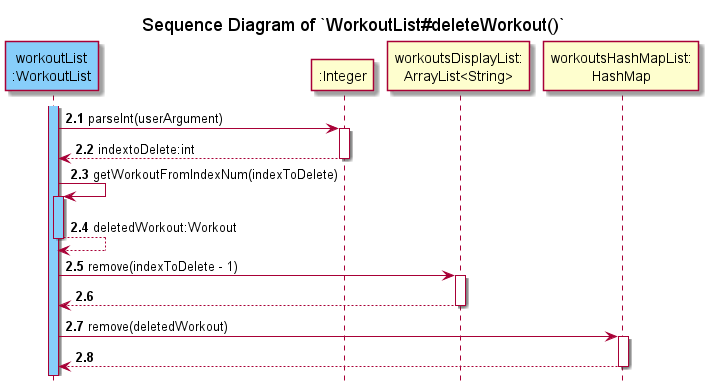
The PlantUML diagram docs/uml/sequenceDiagrams/workouts/images/deleteWorkout-Part2.png in nus-cs2113-AY2122S2/tp, before a commit.
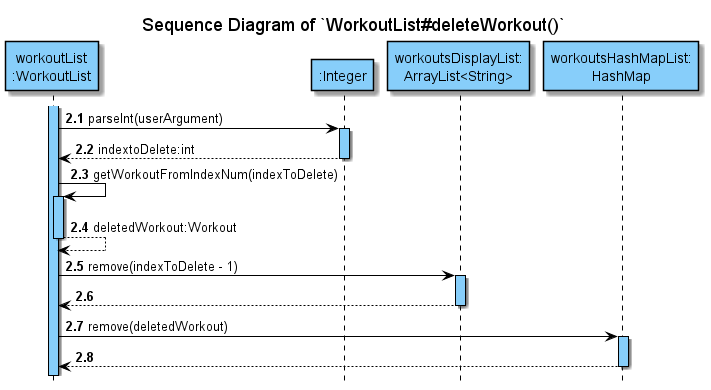
After the change.

Commit message:
Colour delete workout diagram

Change to the diagram source:
```diff
@@ -6,25 +6,28 @@
 title Sequence Diagram of `WorkoutList#deleteWorkout()`
 hide footbox
 
-participant "workoutList\n:WorkoutList" AS wl #LightSkyBlue
+participant "workoutList\n:WorkoutList" AS wl COLOR_LOGIC
+participant ":Integer" COLOR_LOGIC
+participant "workoutsDisplayList:\nArrayList<String>" COLOR_LOGIC
+participant "workoutsHashMapList:\nHashMap" COLOR_LOGIC
 
-activate wl #LightSkyBlue
+activate wl COLOR_LOGIC
 wl -> ":Integer" :parseInt(userArgument)
-activate ":Integer"
+activate ":Integer" COLOR_LOGIC
 return indextoDelete:int
 deactivate ":Integer"
 
 wl -> wl :getWorkoutFromIndexNum(indexToDelete)
-activate wl #LightSkyBlue
+activate wl COLOR_LOGIC
 return deletedWorkout:Workout
 
 wl -> "workoutsDisplayList:\nArrayList<String>" :remove(indexToDelete - 1)
-activate "workoutsDisplayList:\nArrayList<String>"
+activate "workoutsDisplayList:\nArrayList<String>" COLOR_LOGIC
 return
 deactivate "workoutsDisplayList:\nArrayList<String>"
 
 wl -> "workoutsHashMapList:\nHashMap" :remove(deletedWorkout)
-activate "workoutsHashMapList:\nHashMap"
+activate "workoutsHashMapList:\nHashMap" COLOR_LOGIC
 return
 deactivate "workoutsHashMapList:\nHashMap"
 
```
